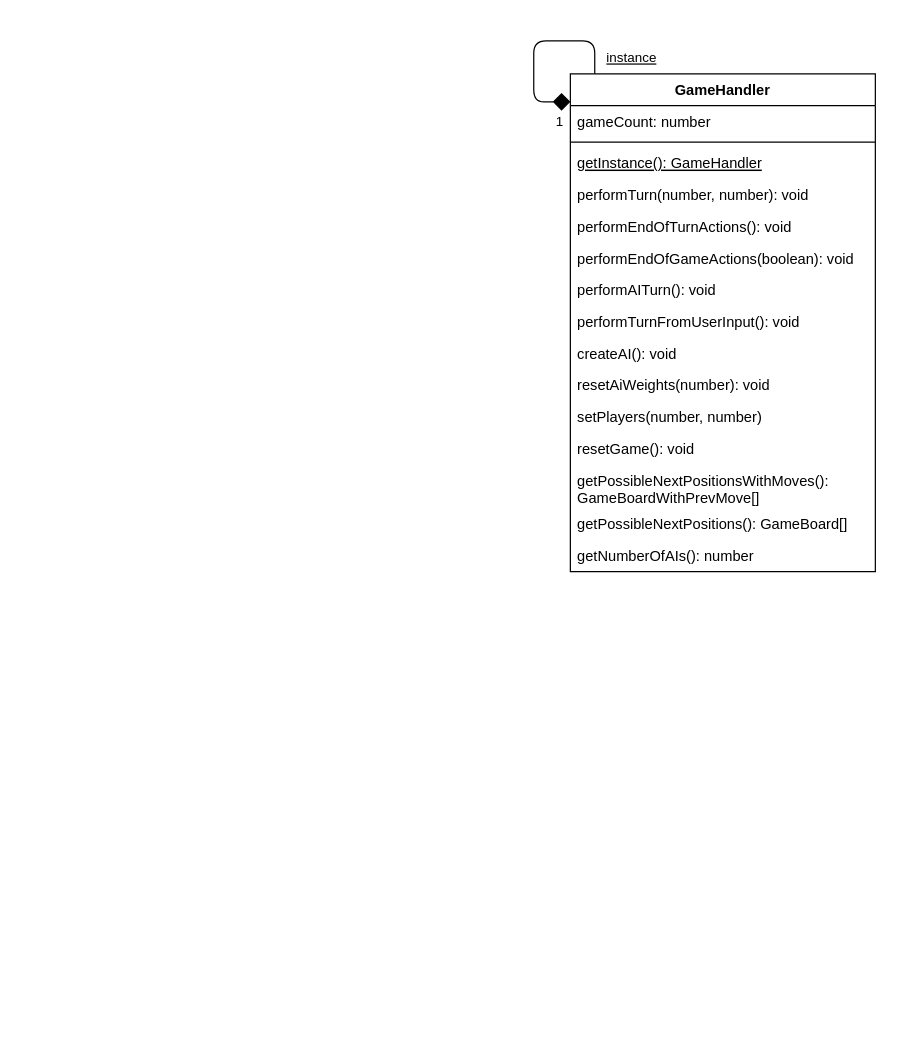
idlaviV/TIKTacToe keeps this draw.io diagram as ProductBacklog/Klassendiagramme/Klassendiagramm.drawio. Above is the earlier version. Source tidied: cells renumbered, new cells numbered last; positions are measured from the earlier drawing's top-left corner, leaving out a move shared by most shapes. Both pictures are drawn from the tidied source at 122%, with x=0, y=0 at pixel (533, 40).
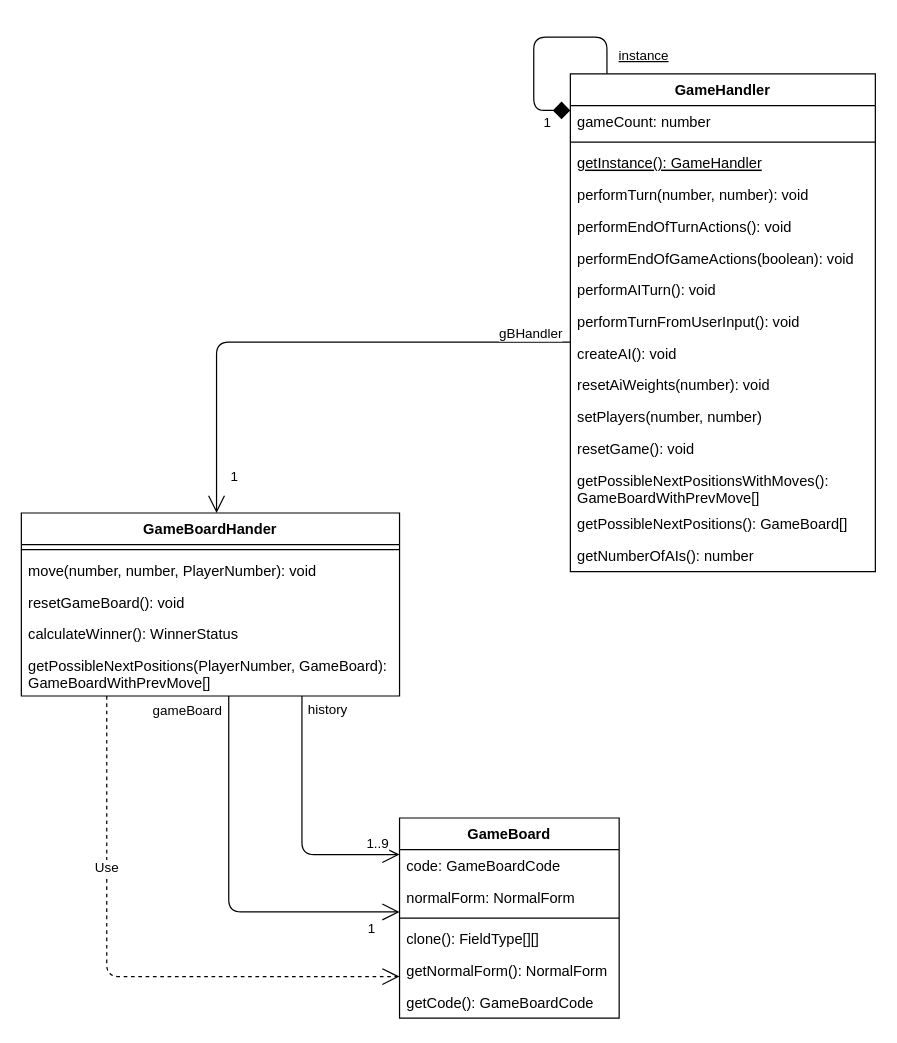
Above is the later version.

Commit message (it also covers changes not shown here):
GameBoardHander + GameBoard

Unchanged cells that the change refers to:
```xml
<mxCell id="2" value="GameHandler" style="swimlane;fontStyle=1;align=center;verticalAlign=top;horizontal=1;startSize=26;labelBackgroundColor=default;fillStyle=auto;" parent="1" vertex="1">
  <mxGeometry x="30" y="27" width="250" height="408" as="geometry" />
</mxCell>
```

The edit, as a diff of the source:
```diff
@@
     <mxCell id="18" value="&lt;font style=&quot;font-size: 11px;&quot;&gt;&lt;u&gt;instance&lt;/u&gt;&lt;/font&gt;" style="endArrow=diamond;endFill=1;endSize=12;html=1;fontSize=12;elbow=vertical;edgeStyle=orthogonalEdgeStyle;" parent="1" edge="1" source="2" target="2">
       <mxGeometry x="-0.83" y="-30" relative="1" as="geometry">
         <Array as="points">
-          <mxPoint x="50" />
-          <mxPoint />
-          <mxPoint y="50" />
+          <mxPoint x="60" y="-3" />
+          <mxPoint y="-3" />
+          <mxPoint y="57" />
         </Array>
       </mxGeometry>
     </mxCell>
     <mxCell id="19" value="1" style="edgeLabel;html=1;align=center;verticalAlign=middle;fontSize=11;" parent="18" vertex="1">
       <mxGeometry x="0.5" y="-1" relative="1" as="geometry">
-        <mxPoint x="21" y="24" as="offset" />
+        <mxPoint x="11" y="24" as="offset" />
       </mxGeometry>
     </mxCell>
+    <mxCell id="20" value="gBHandler" style="endArrow=open;endFill=0;html=1;edgeStyle=elbowEdgeStyle;align=left;verticalAlign=top;strokeWidth=1;endSize=12;" parent="1" edge="1" source="2" target="22">
+      <mxGeometry x="-0.72" y="-20" relative="1" as="geometry">
+        <Array as="points">
+          <mxPoint x="-260" y="247" />
+          <mxPoint x="-160" y="247" />
+        </Array>
+      </mxGeometry>
+    </mxCell>
+    <mxCell id="21" value="1" style="edgeLabel;html=1;align=left;verticalAlign=bottom;" parent="20" vertex="1">
+      <mxGeometry x="-1" relative="1" as="geometry">
+        <mxPoint x="-280" y="118" as="offset" />
+      </mxGeometry>
+    </mxCell>
+    <mxCell id="22" value="GameBoardHander" style="swimlane;fontStyle=1;align=center;verticalAlign=top;horizontal=1;startSize=26;" parent="1" vertex="1">
+      <mxGeometry x="-420" y="387" width="310" height="150" as="geometry" />
+    </mxCell>
+    <mxCell id="23" style="line;strokeWidth=1;fillColor=none;align=left;verticalAlign=middle;spacingTop=-1;spacingLeft=3;spacingRight=3;labelPosition=right;strokeColor=inherit;" parent="22" vertex="1">
+      <mxGeometry y="26" width="310" height="8" as="geometry" />
+    </mxCell>
+    <mxCell id="24" value="move(number, number, PlayerNumber): void" style="text;strokeColor=none;fillColor=none;align=left;verticalAlign=top;spacingLeft=4;spacingRight=4;overflow=hidden;" parent="22" vertex="1">
+      <mxGeometry y="34" width="310" height="26" as="geometry" />
+    </mxCell>
+    <mxCell id="25" value="resetGameBoard(): void" style="text;strokeColor=none;fillColor=none;align=left;verticalAlign=top;spacingLeft=4;spacingRight=4;overflow=hidden;" parent="22" vertex="1">
+      <mxGeometry y="60" width="310" height="26" as="geometry" />
+    </mxCell>
+    <mxCell id="26" value="calculateWinner(): WinnerStatus" style="text;strokeColor=none;fillColor=none;align=left;verticalAlign=top;spacingLeft=4;spacingRight=4;overflow=hidden;" parent="22" vertex="1">
+      <mxGeometry y="86" width="310" height="26" as="geometry" />
+    </mxCell>
+    <mxCell id="27" value="getPossibleNextPositions(PlayerNumber, GameBoard): &#10;GameBoardWithPrevMove[]" style="text;strokeColor=none;fillColor=none;align=left;verticalAlign=top;spacingLeft=4;spacingRight=4;overflow=hidden;" parent="22" vertex="1">
+      <mxGeometry y="112" width="310" height="38" as="geometry" />
+    </mxCell>
+    <mxCell id="28" style="endArrow=open;endFill=1;endSize=12;html=1;strokeWidth=1;edgeStyle=orthogonalEdgeStyle;" parent="1" edge="1" source="22" target="35">
+      <mxGeometry relative="1" as="geometry">
+        <Array as="points">
+          <mxPoint x="-190" y="667" />
+        </Array>
+      </mxGeometry>
+    </mxCell>
+    <mxCell id="29" value="history" style="edgeLabel;html=1;align=center;verticalAlign=middle;" parent="28" vertex="1">
+      <mxGeometry x="-0.61" y="4" relative="1" as="geometry">
+        <mxPoint x="16" y="-31" as="offset" />
+      </mxGeometry>
+    </mxCell>
+    <mxCell id="30" value="1..9" style="edgeLabel;html=1;align=center;verticalAlign=middle;" parent="28" vertex="1">
+      <mxGeometry x="0.55" y="1" relative="1" as="geometry">
+        <mxPoint x="28" y="-9" as="offset" />
+      </mxGeometry>
+    </mxCell>
+    <mxCell id="31" style="endArrow=open;endFill=1;endSize=12;html=1;strokeWidth=1;edgeStyle=orthogonalEdgeStyle;" parent="1" edge="1" source="22" target="35">
+      <mxGeometry relative="1" as="geometry">
+        <Array as="points">
+          <mxPoint x="-250" y="714" />
+        </Array>
+      </mxGeometry>
+    </mxCell>
+    <mxCell id="32" value="gameBoard" style="edgeLabel;html=1;align=center;verticalAlign=middle;" parent="31" vertex="1">
+      <mxGeometry x="-0.84" relative="1" as="geometry">
+        <mxPoint x="-35" y="-14" as="offset" />
+      </mxGeometry>
+    </mxCell>
+    <mxCell id="33" value="1" style="edgeLabel;html=1;align=center;verticalAlign=middle;" parent="31" vertex="1">
+      <mxGeometry x="0.7" y="2" relative="1" as="geometry">
+        <mxPoint x="24" y="15" as="offset" />
+      </mxGeometry>
+    </mxCell>
+    <mxCell id="34" value="Use" style="endArrow=open;endSize=12;dashed=1;html=1;strokeWidth=1;edgeStyle=orthogonalEdgeStyle;" parent="1" edge="1" source="22" target="35">
+      <mxGeometry x="-0.4" relative="1" as="geometry">
+        <Array as="points">
+          <mxPoint x="-350" y="767" />
+        </Array>
+      </mxGeometry>
+    </mxCell>
+    <mxCell id="35" value="GameBoard" style="swimlane;fontStyle=1;align=center;verticalAlign=top;horizontal=1;startSize=26;" parent="1" vertex="1">
+      <mxGeometry x="-110" y="637" width="180" height="164" as="geometry" />
+    </mxCell>
+    <mxCell id="36" value="code: GameBoardCode" style="text;strokeColor=none;fillColor=none;align=left;verticalAlign=top;spacingLeft=4;spacingRight=4;overflow=hidden;" parent="35" vertex="1">
+      <mxGeometry y="26" width="180" height="26" as="geometry" />
+    </mxCell>
+    <mxCell id="37" value="normalForm: NormalForm" style="text;strokeColor=none;fillColor=none;align=left;verticalAlign=top;spacingLeft=4;spacingRight=4;overflow=hidden;" parent="35" vertex="1">
+      <mxGeometry y="52" width="180" height="26" as="geometry" />
+    </mxCell>
+    <mxCell id="38" style="line;strokeWidth=1;fillColor=none;align=left;verticalAlign=middle;spacingTop=-1;spacingLeft=3;spacingRight=3;labelPosition=right;strokeColor=inherit;" parent="35" vertex="1">
+      <mxGeometry y="78" width="180" height="8" as="geometry" />
+    </mxCell>
+    <mxCell id="39" value="clone(): FieldType[][]" style="text;strokeColor=none;fillColor=none;align=left;verticalAlign=top;spacingLeft=4;spacingRight=4;overflow=hidden;" parent="35" vertex="1">
+      <mxGeometry y="86" width="180" height="26" as="geometry" />
+    </mxCell>
+    <mxCell id="40" value="getNormalForm(): NormalForm" style="text;strokeColor=none;fillColor=none;align=left;verticalAlign=top;spacingLeft=4;spacingRight=4;overflow=hidden;" parent="35" vertex="1">
+      <mxGeometry y="112" width="180" height="26" as="geometry" />
+    </mxCell>
+    <mxCell id="41" value="getCode(): GameBoardCode" style="text;strokeColor=none;fillColor=none;align=left;verticalAlign=top;spacingLeft=4;spacingRight=4;overflow=hidden;" parent="35" vertex="1">
+      <mxGeometry y="138" width="180" height="26" as="geometry" />
+    </mxCell>
```
